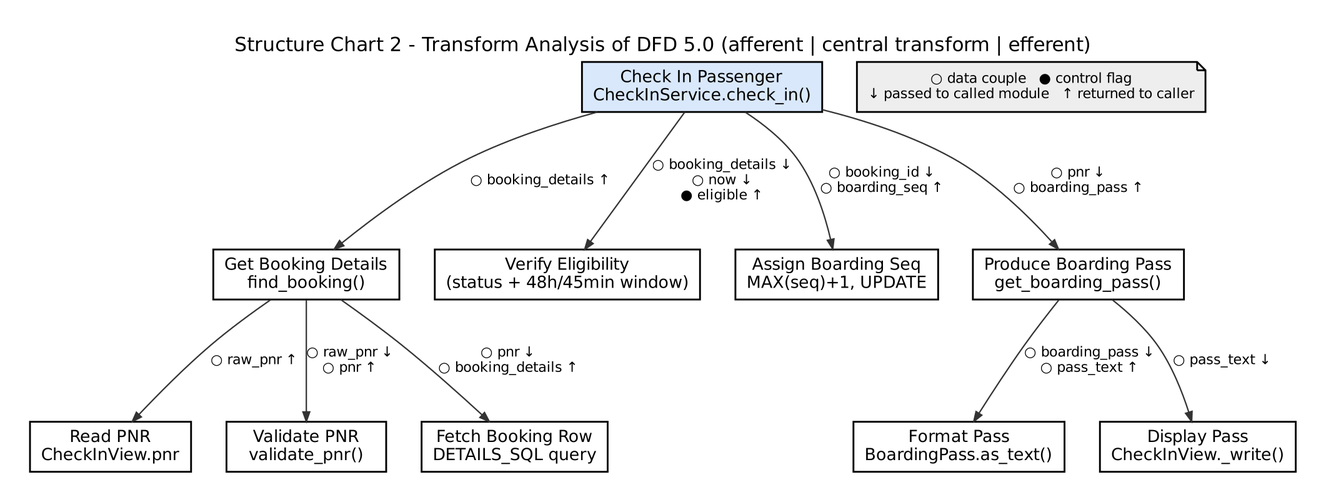
Above: docs/diagrams/structure_chart_transform_checkin.png in praksingh-2702/AirportMS (Graphviz), before the change. Its source is kept beside it as docs/diagrams/structure_chart_transform_checkin.dot. The source it was exported from:
```dot
digraph "structure_chart_transform_checkin" {
  graph [fontname="DejaVu Sans" pad=0.3 rankdir=TB nodesep=0.35 ranksep=0.9];
  node [fontname="DejaVu Sans" fontsize=12];
  edge [fontname="DejaVu Sans" fontsize=10 color="#333333"];
  node [shape=box style="filled" fillcolor="white" penwidth=1.3 width=1.6];
  labelloc=t label="Structure Chart 2 - Transform Analysis of DFD 5.0 (afferent | central transform | efferent)" fontsize=14;
  root [label="Check In Passenger\nCheckInService.check_in()" fillcolor="#D9E8FB"];
  aff [label="Get Booking Details\nfind_booking()" fillcolor="white"];
  rd [label="Read PNR\nCheckInView.pnr" fillcolor="white"];
  vp [label="Validate PNR\nvalidate_pnr()" fillcolor="white"];
  fb [label="Fetch Booking Row\nDETAILS_SQL query" fillcolor="white"];
  ce [label="Verify Eligibility\n(status + 48h/45min window)" fillcolor="white"];
  seq [label="Assign Boarding Seq\nMAX(seq)+1, UPDATE" fillcolor="white"];
  eff [label="Produce Boarding Pass\nget_boarding_pass()" fillcolor="white"];
  fmt [label="Format Pass\nBoardingPass.as_text()" fillcolor="white"];
  show [label="Display Pass\nCheckInView._write()" fillcolor="white"];
  root -> aff [label="○ booking_details ↑" arrowsize=0.7];
  aff -> rd [label="○ raw_pnr ↑" arrowsize=0.7];
  aff -> vp [label="○ raw_pnr ↓\n○ pnr ↑" arrowsize=0.7];
  aff -> fb [label="○ pnr ↓\n○ booking_details ↑" arrowsize=0.7];
  root -> ce [label="○ booking_details ↓\n○ now ↓\n● eligible ↑" arrowsize=0.7];
  root -> seq [label="○ booking_id ↓\n○ boarding_seq ↑" arrowsize=0.7];
  root -> eff [label="○ pnr ↓\n○ boarding_pass ↑" arrowsize=0.7];
  eff -> fmt [label="○ boarding_pass ↓\n○ pass_text ↑" arrowsize=0.7];
  eff -> show [label="○ pass_text ↓" arrowsize=0.7];
  legend [shape=note fillcolor="#EEEEEE" fontsize=10 label="○ data couple   ● control flag\n↓ passed to called module   ↑ returned to caller"];
}
```
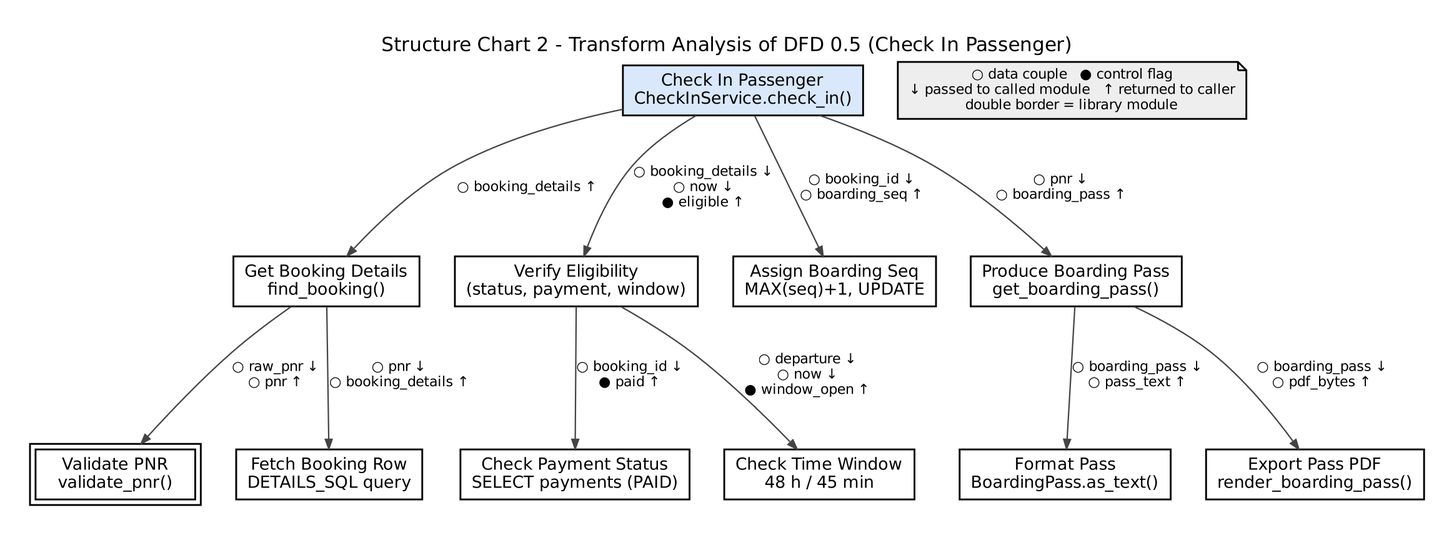
Later version of the same file.

Diff of the diagram source:
```diff
@@ -1,27 +1,29 @@
 digraph "structure_chart_transform_checkin" {
-  graph [fontname="DejaVu Sans" pad=0.3 rankdir=TB nodesep=0.35 ranksep=0.9];
-  node [fontname="DejaVu Sans" fontsize=12];
-  edge [fontname="DejaVu Sans" fontsize=10 color="#333333"];
-  node [shape=box style="filled" fillcolor="white" penwidth=1.3 width=1.6];
-  labelloc=t label="Structure Chart 2 - Transform Analysis of DFD 5.0 (afferent | central transform | efferent)" fontsize=14;
+  graph [rankdir=TB bgcolor="#FFFFFF" fontname="DejaVu Sans" pad=0.3 splines=true nodesep=0.35 ranksep=0.9];
+  node [fontname="DejaVu Sans" fontsize=12 color="#000000" fillcolor="#D9E8FB" style=filled penwidth=1.3];
+  edge [fontname="DejaVu Sans" fontsize=10 color="#444444" arrowsize=0.7];
+  node [shape=box style=filled fillcolor="white" width=1.6];
+  labelloc=t label="Structure Chart 2 - Transform Analysis of DFD 0.5 (Check In Passenger)" fontsize=14;
   root [label="Check In Passenger\nCheckInService.check_in()" fillcolor="#D9E8FB"];
   aff [label="Get Booking Details\nfind_booking()" fillcolor="white"];
-  rd [label="Read PNR\nCheckInView.pnr" fillcolor="white"];
-  vp [label="Validate PNR\nvalidate_pnr()" fillcolor="white"];
+  vp [label="Validate PNR\nvalidate_pnr()" fillcolor="white" peripheries=2];
   fb [label="Fetch Booking Row\nDETAILS_SQL query" fillcolor="white"];
-  ce [label="Verify Eligibility\n(status + 48h/45min window)" fillcolor="white"];
+  ce [label="Verify Eligibility\n(status, payment, window)" fillcolor="white"];
+  pay [label="Check Payment Status\nSELECT payments (PAID)" fillcolor="white"];
+  win [label="Check Time Window\n48 h / 45 min" fillcolor="white"];
   seq [label="Assign Boarding Seq\nMAX(seq)+1, UPDATE" fillcolor="white"];
   eff [label="Produce Boarding Pass\nget_boarding_pass()" fillcolor="white"];
   fmt [label="Format Pass\nBoardingPass.as_text()" fillcolor="white"];
-  show [label="Display Pass\nCheckInView._write()" fillcolor="white"];
+  pdf [label="Export Pass PDF\nrender_boarding_pass()" fillcolor="white"];
   root -> aff [label="○ booking_details ↑" arrowsize=0.7];
-  aff -> rd [label="○ raw_pnr ↑" arrowsize=0.7];
   aff -> vp [label="○ raw_pnr ↓\n○ pnr ↑" arrowsize=0.7];
   aff -> fb [label="○ pnr ↓\n○ booking_details ↑" arrowsize=0.7];
   root -> ce [label="○ booking_details ↓\n○ now ↓\n● eligible ↑" arrowsize=0.7];
+  ce -> pay [label="○ booking_id ↓\n● paid ↑" arrowsize=0.7];
+  ce -> win [label="○ departure ↓\n○ now ↓\n● window_open ↑" arrowsize=0.7];
   root -> seq [label="○ booking_id ↓\n○ boarding_seq ↑" arrowsize=0.7];
   root -> eff [label="○ pnr ↓\n○ boarding_pass ↑" arrowsize=0.7];
   eff -> fmt [label="○ boarding_pass ↓\n○ pass_text ↑" arrowsize=0.7];
-  eff -> show [label="○ pass_text ↓" arrowsize=0.7];
-  legend [shape=note fillcolor="#EEEEEE" fontsize=10 label="○ data couple   ● control flag\n↓ passed to called module   ↑ returned to caller"];
+  eff -> pdf [label="○ boarding_pass ↓\n○ pdf_bytes ↑" arrowsize=0.7];
+  legend [shape=note fillcolor="#EEEEEE" fontsize=10 label="○ data couple   ● control flag\n↓ passed to called module   ↑ returned to caller\ndouble border = library module"];
 }
```
